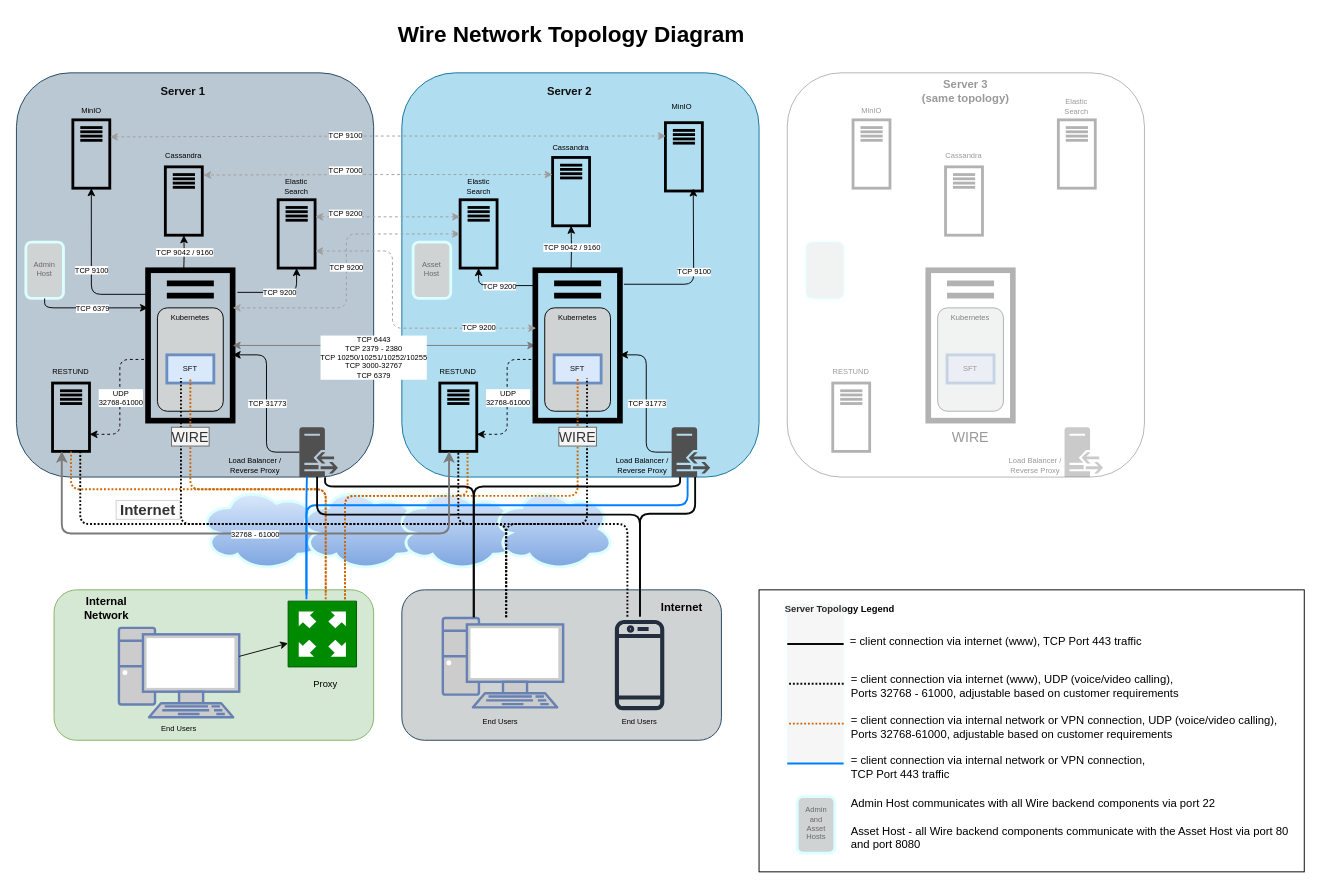
wireapp/wire-server keeps this draw.io diagram as src/how-to/install/img/network-topology.drawio. Above is the earlier version. Source tidied: cells renumbered, new cells numbered last; positions are measured from the earlier drawing's top-left corner, leaving out a move shared by most shapes. Both pictures are drawn from the tidied source at 94%, with x=0, y=0 at pixel (16, 16).
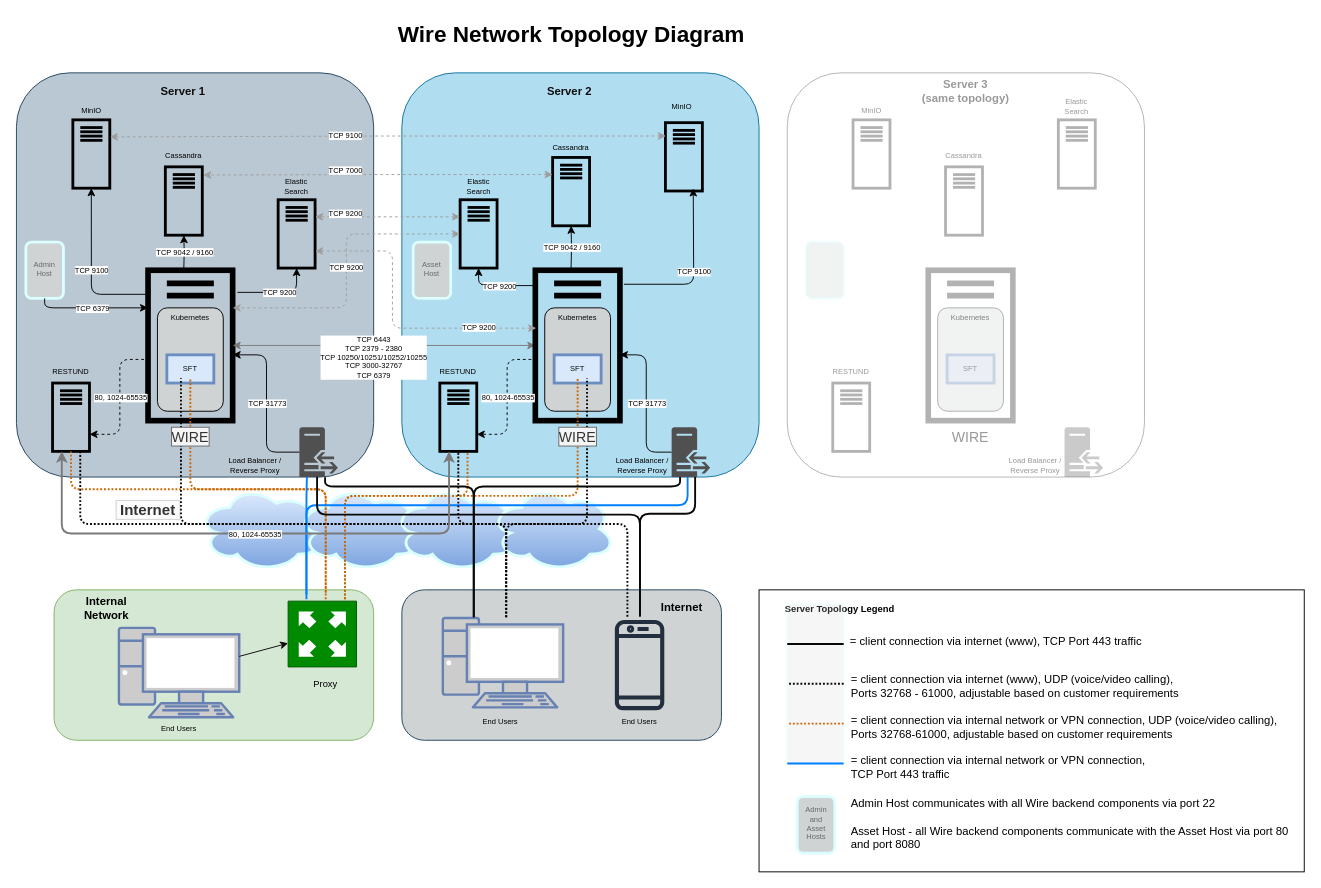
Above is the later version.

Commit message (it also covers changes not shown here):
change port range in diagrams for restund

Unchanged cells that the change refers to:
```xml
<mxCell id="49" style="endArrow=classic;html=1;strokeWidth=1;edgeStyle=elbowEdgeStyle;exitX=0.019;exitY=0.593;exitDx=0;exitDy=0;exitPerimeter=0;entryX=1;entryY=0.75;entryDx=0;entryDy=0;dashed=1;" parent="1" edge="1" source="9" target="33">
  <mxGeometry relative="1" as="geometry" />
</mxCell>
<mxCell id="104" style="endArrow=classic;html=1;strokeWidth=1;edgeStyle=elbowEdgeStyle;exitX=0.019;exitY=0.593;exitDx=0;exitDy=0;exitPerimeter=0;entryX=1;entryY=0.75;entryDx=0;entryDy=0;dashed=1;" parent="1" edge="1" source="72" target="96">
  <mxGeometry relative="1" as="geometry" />
</mxCell>
<mxCell id="192" style="endArrow=classic;html=1;strokeWidth=2;edgeStyle=elbowEdgeStyle;entryX=0.25;entryY=1;entryDx=0;entryDy=0;shadow=0;startArrow=classic;startFill=1;strokeColor=#7A7A7A;elbow=vertical;exitX=0.25;exitY=1;exitDx=0;exitDy=0;" parent="1" edge="1" source="33" target="96">
  <mxGeometry relative="1" as="geometry">
    <Array as="points">
      <mxPoint x="260" y="550" />
    </Array>
  </mxGeometry>
</mxCell>
```

Change to the diagram source:
```diff
@@
-    <mxCell id="50" value="&lt;div style=&quot;font-size: 8px;&quot;&gt;UDP&lt;/div&gt;&lt;div style=&quot;font-size: 8px;&quot;&gt;32768-61000&lt;/div&gt;" style="edgeLabel;html=1;align=center;verticalAlign=middle;fontSize=8;" parent="49" vertex="1">
+    <mxCell id="50" value="&lt;div&gt;80, 1024-65535&lt;/div&gt;" style="edgeLabel;html=1;align=center;verticalAlign=middle;fontSize=8;" parent="49" vertex="1">
       <mxGeometry relative="1" as="geometry" />
     </mxCell>
@@
-    <mxCell id="105" value="&lt;div style=&quot;font-size: 8px;&quot;&gt;UDP&lt;/div&gt;&lt;div style=&quot;font-size: 8px;&quot;&gt;32768-61000&lt;/div&gt;" style="edgeLabel;html=1;align=center;verticalAlign=middle;fontSize=8;" parent="104" vertex="1">
+    <mxCell id="105" value="&lt;div style=&quot;font-size: 8px&quot;&gt;&lt;div&gt;80, 1024-65535&lt;/div&gt;&lt;/div&gt;" style="edgeLabel;html=1;align=center;verticalAlign=middle;fontSize=8;" parent="104" vertex="1">
       <mxGeometry relative="1" as="geometry" />
     </mxCell>
@@
-    <mxCell id="193" value="&lt;div&gt;32768 - 61000&lt;/div&gt;" style="edgeLabel;html=1;align=center;verticalAlign=middle;fontSize=8;" parent="192" vertex="1">
+    <mxCell id="193" value="&lt;div&gt;80, 1024-65535&lt;/div&gt;" style="edgeLabel;html=1;align=center;verticalAlign=middle;fontSize=8;" parent="192" vertex="1">
       <mxGeometry relative="1" as="geometry" />
     </mxCell>
```
